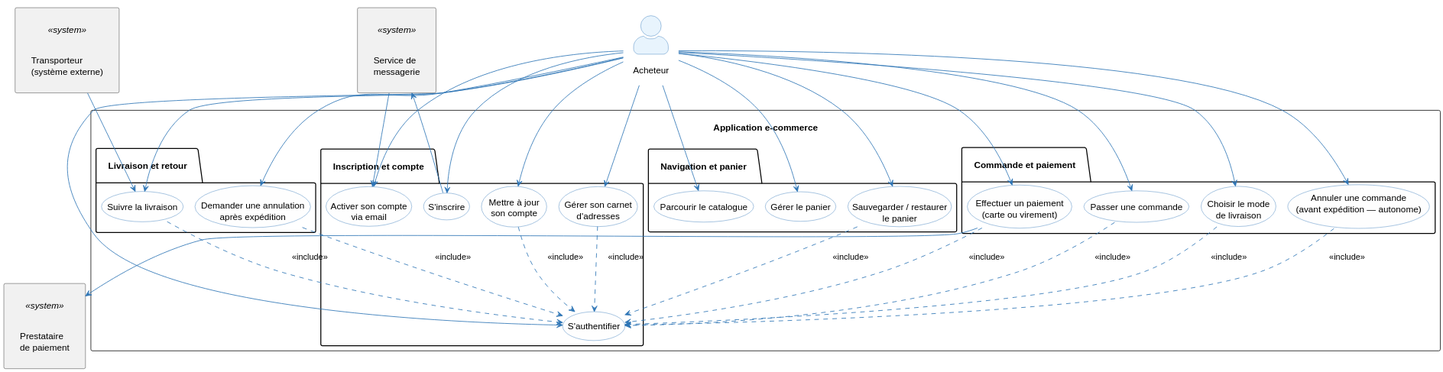
The PlantUML diagram architecture/01-operational-analysis/diagrams/oa-uc-buyer.svg in louistalvande/online_shop, before a commit.
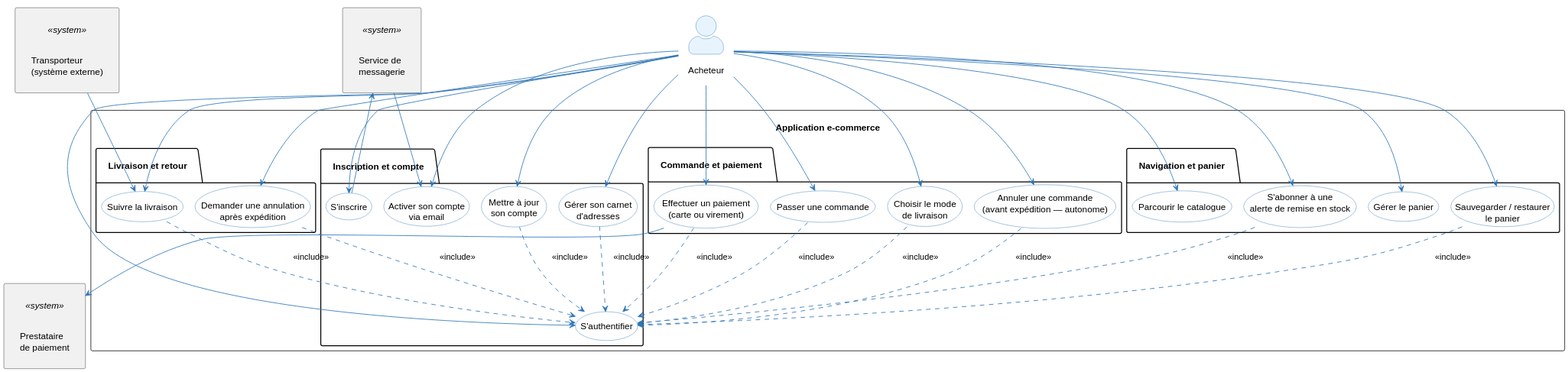
The same file after the commit.

Commit message:
update architecture and requirements

Change to the diagram source:
```diff
@@ -27,6 +27,7 @@
   }
   package "Navigation et panier" {
     usecase (Parcourir le catalogue) as UC_B1
+    usecase (S'abonner à une\nalerte de remise en stock) as UC_B8
     usecase (Gérer le panier) as UC_B2
     usecase (Sauvegarder / restaurer\nle panier) as UC_B2B
   }
@@ -48,6 +49,7 @@
 Buyer --> UC_B_ACC
 Buyer --> UC_B_ADDR
 Buyer --> UC_B1
+Buyer --> UC_B8
 Buyer --> UC_B2
 Buyer --> UC_B2B
 Buyer --> UC_B3
@@ -59,6 +61,7 @@
 
 UC_B_ACC ..> UC_B_AUTH : <<include>>
 UC_B_ADDR ..> UC_B_AUTH : <<include>>
+UC_B8 ..> UC_B_AUTH : <<include>>
 UC_B2B ..> UC_B_AUTH : <<include>>
 UC_B3 ..> UC_B_AUTH : <<include>>
 UC_B4B ..> UC_B_AUTH : <<include>>
```
